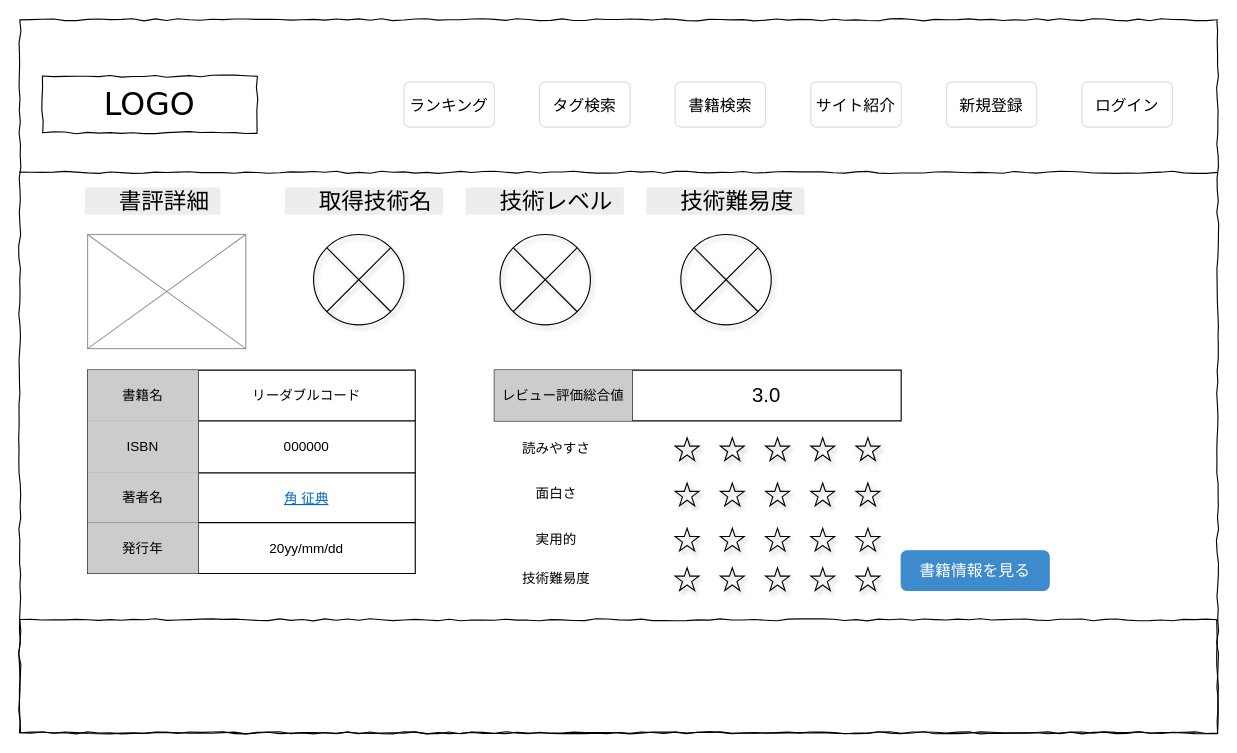
Above: page "書評詳細" (4 of 21) of wire_TechnicalBookReviewers_user.drawio in MitsuruYako/TechnicalBookReviewers (draw.io), before the change. Source tidied: cells renumbered, new cells numbered last; positions are measured from the earlier drawing's top-left corner, leaving out a move shared by most shapes. Both pictures are drawn from the tidied source at 113%, with x=0, y=0 at pixel (19, 19).
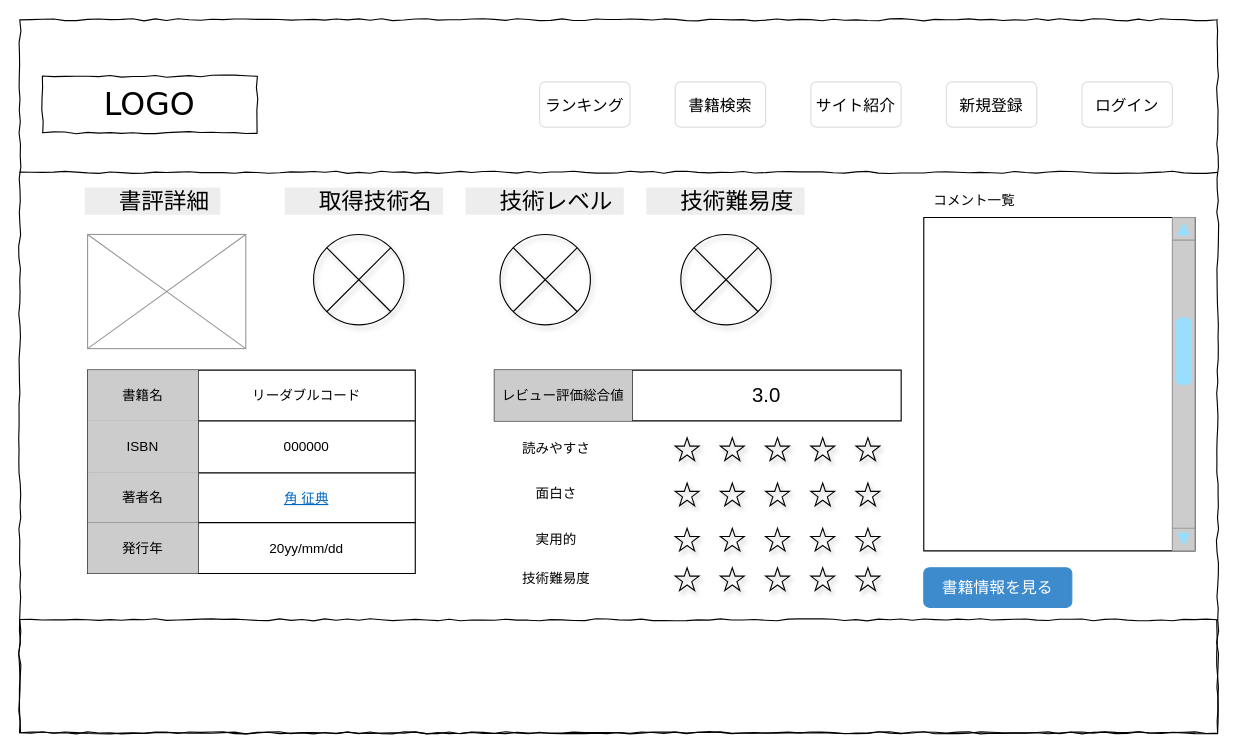
After the change.

Diff of the diagram source:
```diff
@@
     <mxCell id="7" value="&lt;span style=&quot;font-size: 14px&quot;&gt;書籍情報を見る&lt;/span&gt;" style="html=1;shadow=0;dashed=0;shape=mxgraph.bootstrap.rrect;rSize=5;fillColor=#3D8BCD;align=center;strokeColor=#3D8BCD;fontColor=#ffffff;fontSize=10;whiteSpace=wrap;" parent="1" vertex="1">
-      <mxGeometry x="780" y="470" width="131" height="35" as="geometry" />
+      <mxGeometry x="800" y="485" width="131" height="35" as="geometry" />
     </mxCell>
@@
-    <mxCell id="12" value="&lt;span style=&quot;font-size: 14px&quot;&gt;タグ検索&lt;/span&gt;" style="html=1;shadow=0;dashed=0;shape=mxgraph.bootstrap.rrect;rSize=5;strokeColor=#dddddd;align=center;fontSize=16;whiteSpace=wrap;fillColor=#FFFFFF;" parent="1" vertex="1">
+    <mxCell id="12" value="&lt;span style=&quot;font-size: 14px&quot;&gt;ランキング&lt;/span&gt;" style="html=1;shadow=0;dashed=0;shape=mxgraph.bootstrap.rrect;rSize=5;strokeColor=#dddddd;align=center;fontSize=16;whiteSpace=wrap;fillColor=#FFFFFF;" parent="1" vertex="1">
       <mxGeometry x="460" y="55" width="80" height="40" as="geometry" />
     </mxCell>
-    <mxCell id="13" value="&lt;span style=&quot;font-size: 14px&quot;&gt;ランキング&lt;/span&gt;" style="html=1;shadow=0;dashed=0;shape=mxgraph.bootstrap.rrect;rSize=5;strokeColor=#dddddd;align=center;fontSize=16;whiteSpace=wrap;fillColor=#FFFFFF;" parent="1" vertex="1">
-      <mxGeometry x="340" y="55" width="80" height="40" as="geometry" />
-    </mxCell>
@@
+    <mxCell id="62" value="コメント一覧" style="text;html=1;strokeColor=none;fillColor=none;align=center;verticalAlign=middle;whiteSpace=wrap;rounded=0;shadow=1;" parent="1" vertex="1">
+      <mxGeometry x="800" y="150" width="90" height="20" as="geometry" />
+    </mxCell>
+    <mxCell id="63" style="shape=table;html=1;whiteSpace=wrap;startSize=0;childLayout=tableLayout;" parent="1" vertex="1">
+      <mxGeometry x="800" y="175" width="240" height="295" as="geometry" />
+    </mxCell>
+    <mxCell id="64" style="shape=partialRectangle;html=1;whiteSpace=wrap;fillColor=none;top=0;left=0;bottom=0;right=0;" parent="63" vertex="1">
+      <mxGeometry width="240" height="295" as="geometry" />
+    </mxCell>
+    <mxCell id="65" style="shape=partialRectangle;html=1;whiteSpace=wrap;overflow=hidden;fillColor=none;top=0;left=0;bottom=0;right=0;" parent="64" vertex="1">
+      <mxGeometry width="240" height="295" as="geometry" />
+    </mxCell>
+    <mxCell id="66" style="verticalLabelPosition=bottom;shadow=0;dashed=0;align=center;html=1;verticalAlign=top;strokeWidth=1;shape=mxgraph.mockup.navigation.scrollBar;strokeColor=#999999;barPos=65;fillColor2=#99ddff;strokeColor2=none;direction=north;fillColor=#CCCCCC;" parent="1" vertex="1">
+      <mxGeometry x="1020" y="175" width="20" height="295" as="geometry" />
+    </mxCell>
```
